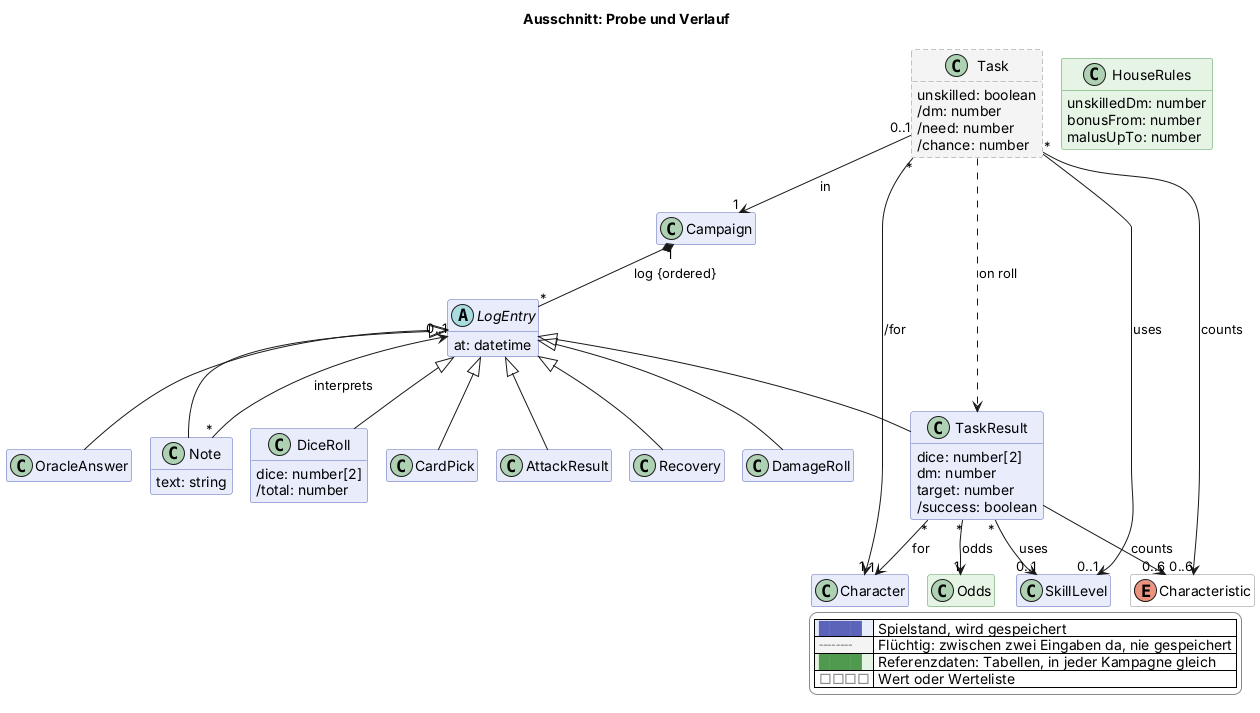
Above: docs/views/probe.png in scuzzar/SRE (PlantUML), before the change.
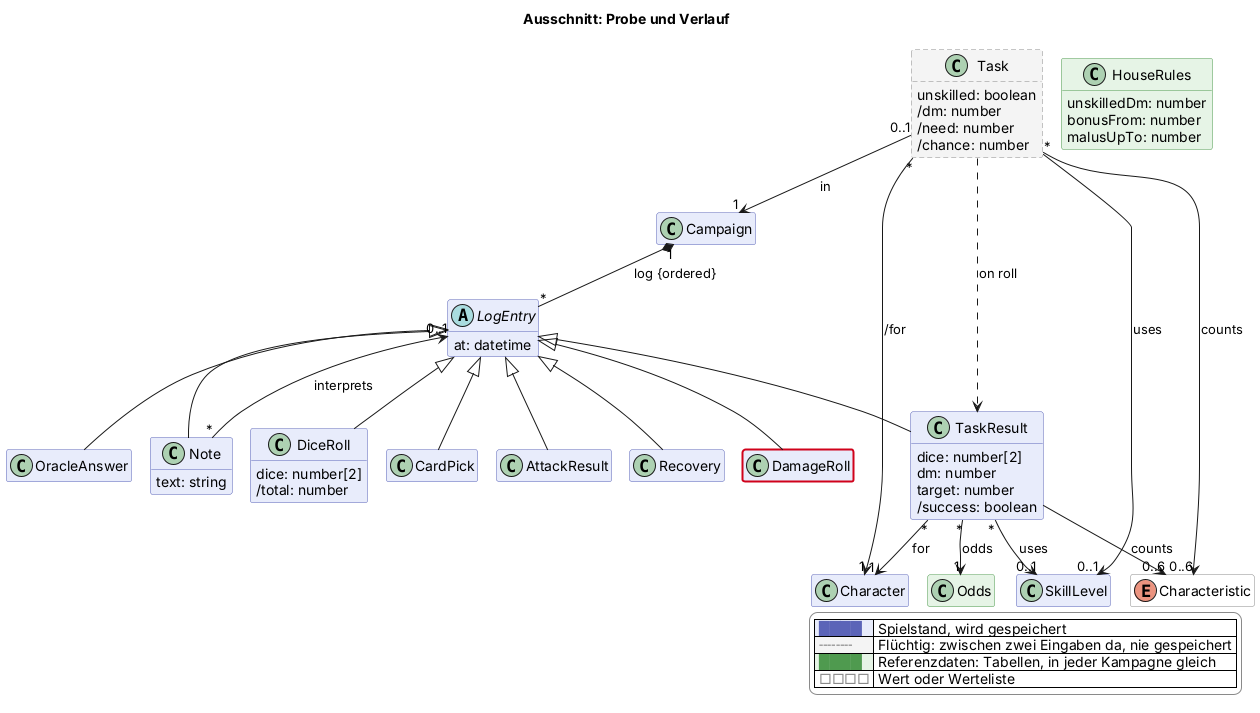
Above is the later version.

The edit, as a diff of the source:
```diff
@@ -140,4 +140,5 @@
   |<#e6f4e6> <color:#4f9a4f>████</color> | Referenzdaten: Tabellen, in jeder Kampagne gleich |
   |<#ffffff> <color:#8a8a8a>□□□□</color> | Wert oder Werteliste |
 endlegend
+class DamageRoll #line:d0021b;line.bold
 @enduml
```
